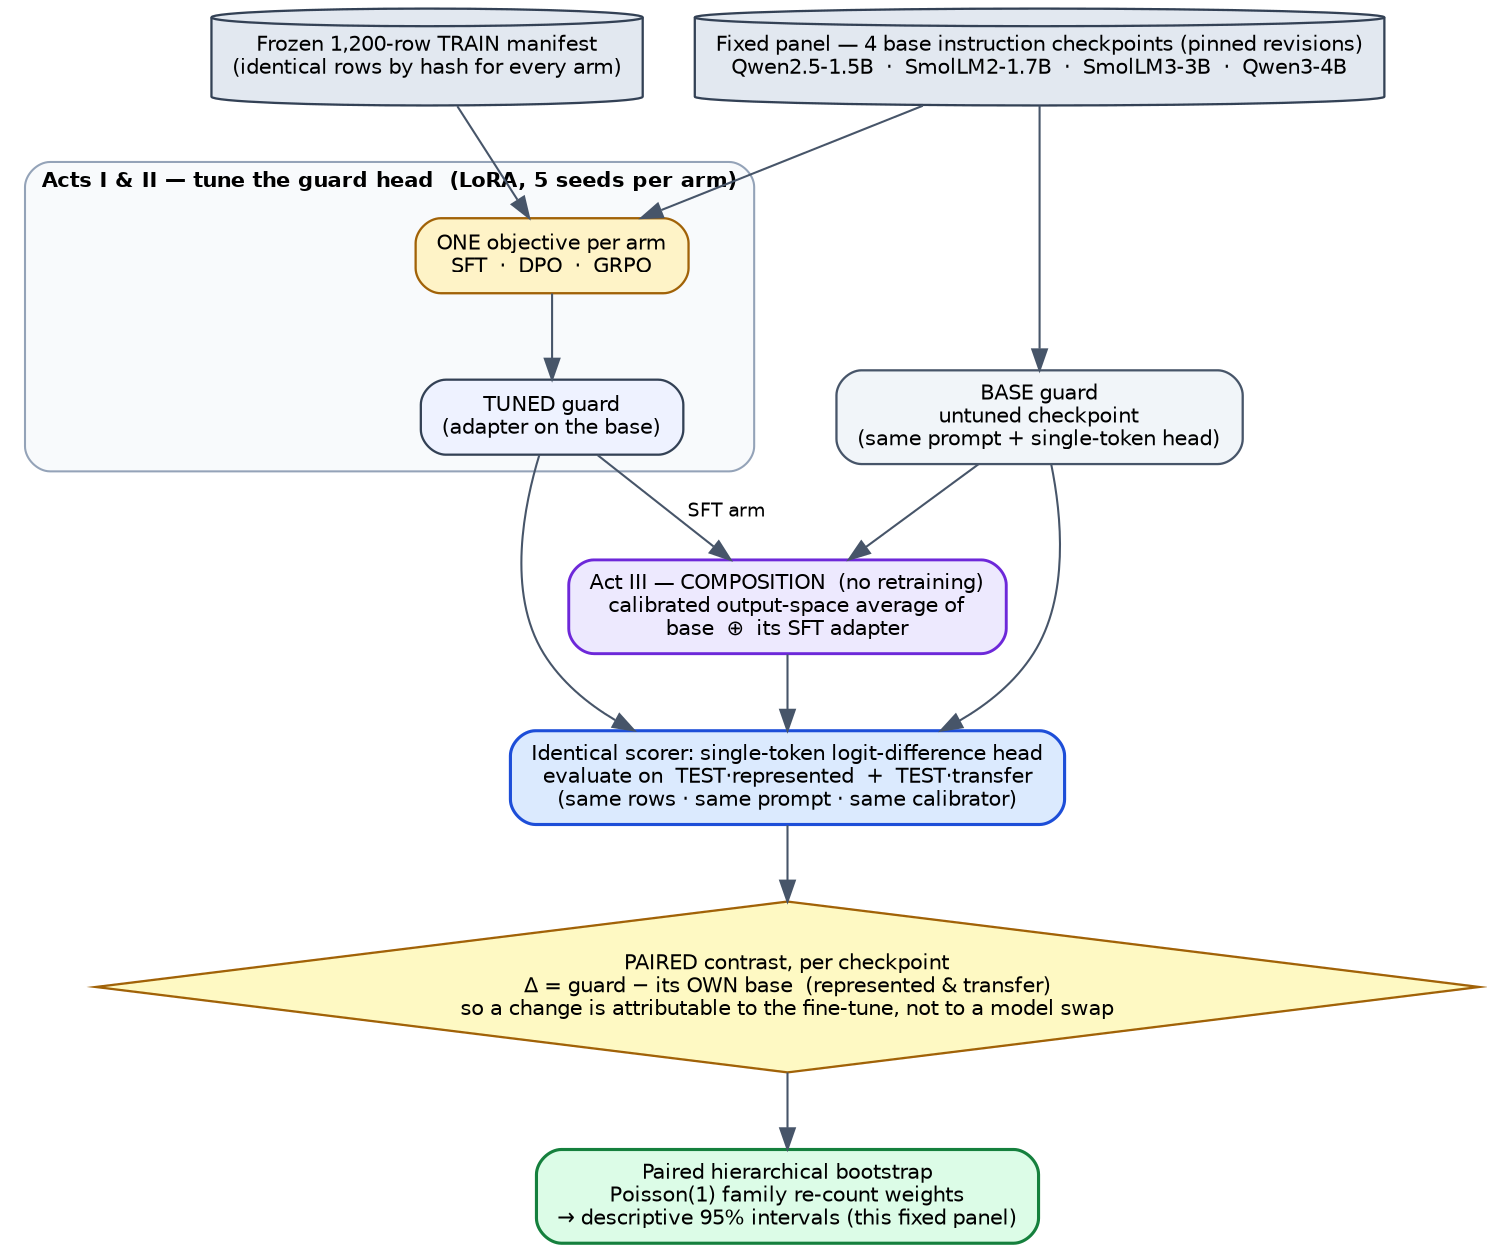
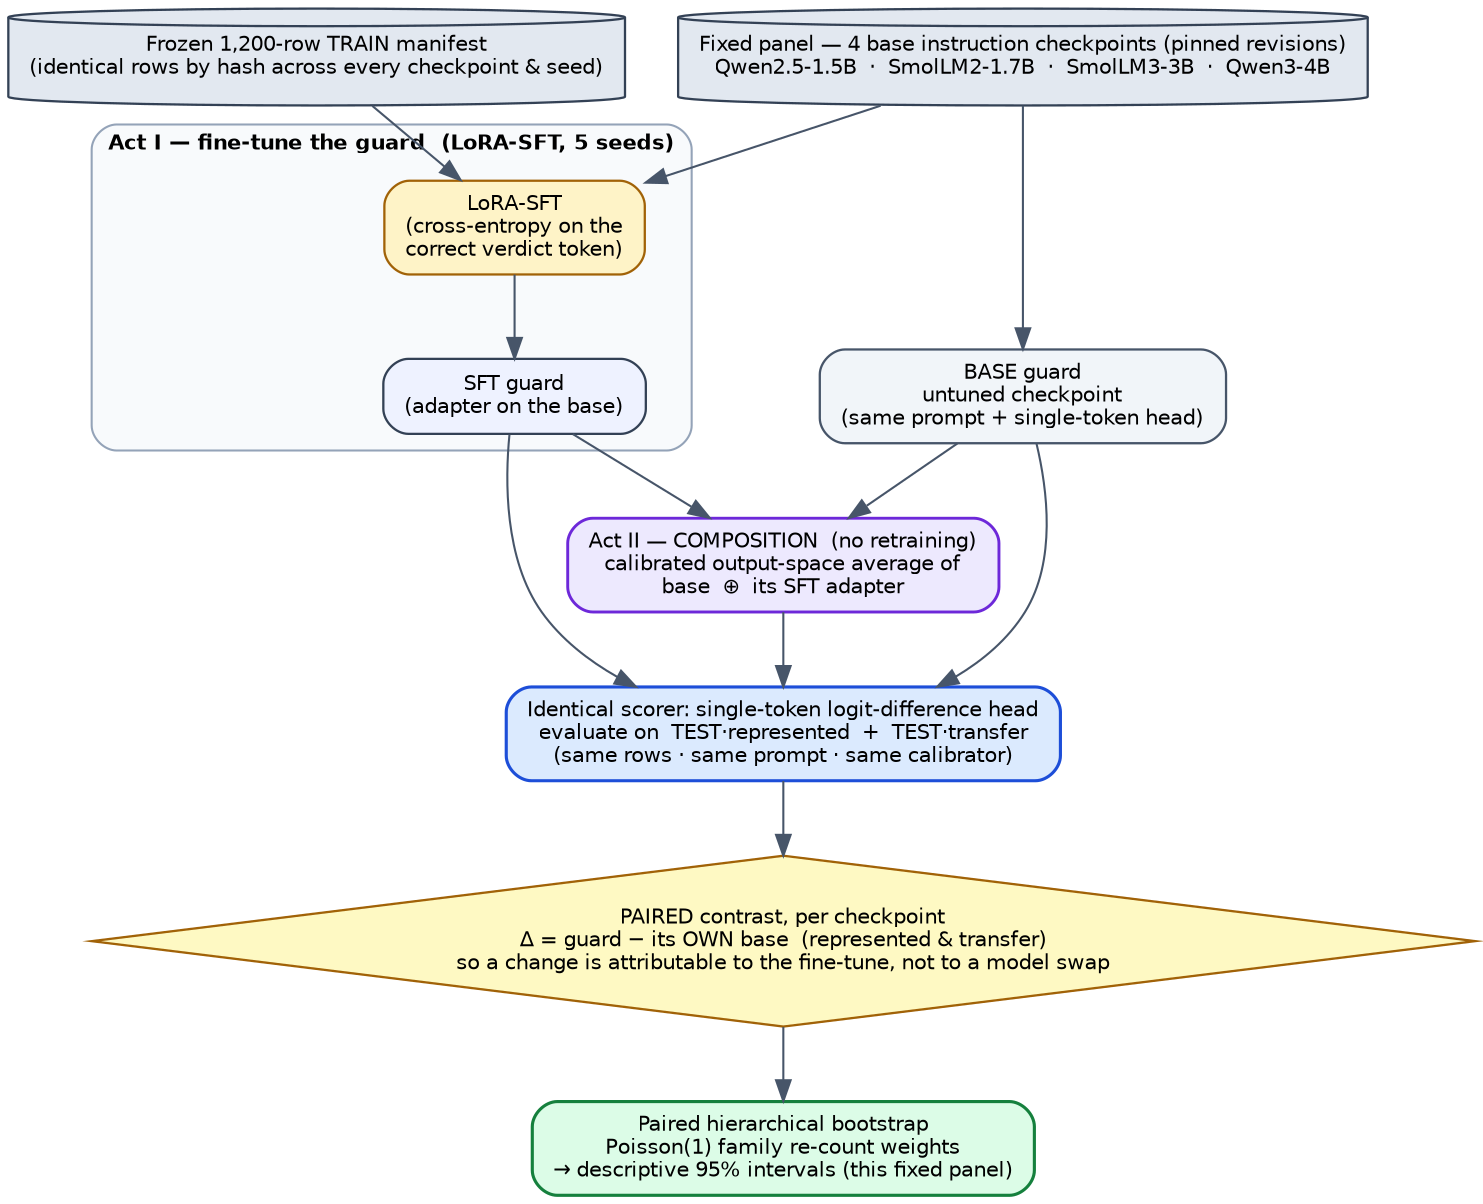
- // Unified report — the paired experimental design (Acts I-III): what is trained, composed, and scored.
+ // Unified report — the paired experimental design (Acts I-II): what is trained, composed, and scored.
// Render: dot -Tpng -Gdpi=150 experiment_design.dot -o experiment_design.png
digraph experiment_design {
  rankdir=TB;
  graph [fontname="Helvetica", fontsize=11, nodesep=0.35, ranksep=0.5, bgcolor="white"];
  node  [fontname="Helvetica", fontsize=10, shape=box, style="rounded,filled",
         fillcolor="#eef2ff", color="#334155", penwidth=1.1, margin="0.14,0.09"];
  edge  [fontname="Helvetica", fontsize=9, color="#475569"];

  panel    [label="Fixed panel — 4 base instruction checkpoints (pinned revisions)\nQwen2.5-1.5B  ·  SmolLM2-1.7B  ·  SmolLM3-3B  ·  Qwen3-4B",
            shape=cylinder, fillcolor="#e2e8f0"];
-   manifest [label="Frozen 1,200-row TRAIN manifest\n(identical rows by hash for every arm)",
+   manifest [label="Frozen 1,200-row TRAIN manifest\n(identical rows by hash across every checkpoint & seed)",
            shape=cylinder, fillcolor="#e2e8f0"];

  base [label="BASE guard\nuntuned checkpoint\n(same prompt + single-token head)", fillcolor="#f1f5f9", color="#475569"];

  subgraph cluster_obj {
-     label="Acts I & II — tune the guard head  (LoRA, 5 seeds per arm)";
+     label="Act I — fine-tune the guard  (LoRA-SFT, 5 seeds)";
    labeljust=l; labelloc=t; fontname="Helvetica-Bold"; fontsize=10;
    color="#94a3b8"; style="rounded,filled"; fillcolor="#f8fafc";
-     obj   [label="ONE objective per arm\nSFT  ·  DPO  ·  GRPO", fillcolor="#fef3c7", color="#a16207"];
-     tuned [label="TUNED guard\n(adapter on the base)"];
+     obj   [label="LoRA-SFT\n(cross-entropy on the\ncorrect verdict token)", fillcolor="#fef3c7", color="#a16207"];
+     tuned [label="SFT guard\n(adapter on the base)"];
    obj -> tuned;
  }

-   compose [label="Act III — COMPOSITION  (no retraining)\ncalibrated output-space average of\nbase  ⊕  its SFT adapter",
+   compose [label="Act II — COMPOSITION  (no retraining)\ncalibrated output-space average of\nbase  ⊕  its SFT adapter",
           fillcolor="#ede9fe", color="#6d28d9", penwidth=1.4];

  score [label="Identical scorer: single-token logit-difference head\nevaluate on  TEST·represented  +  TEST·transfer\n(same rows · same prompt · same calibrator)",
         fillcolor="#dbeafe", color="#1d4ed8", penwidth=1.5];

  delta [label="PAIRED contrast, per checkpoint\nΔ = guard − its OWN base  (represented & transfer)\nso a change is attributable to the fine-tune, not to a model swap",
         shape=diamond, style=filled, fillcolor="#fef9c3", color="#a16207", margin="0.12,0.06"];

  boot [label="Paired hierarchical bootstrap\nPoisson(1) family re-count weights\n→ descriptive 95% intervals (this fixed panel)",
        fillcolor="#dcfce7", color="#15803d", penwidth=1.5];

  panel    -> base;
  panel    -> obj;
  manifest -> obj;
  base     -> compose;
-   tuned    -> compose [label="  SFT arm"];
+   tuned    -> compose;

  base    -> score;
  tuned   -> score;
  compose -> score;
  score   -> delta -> boot;
}
